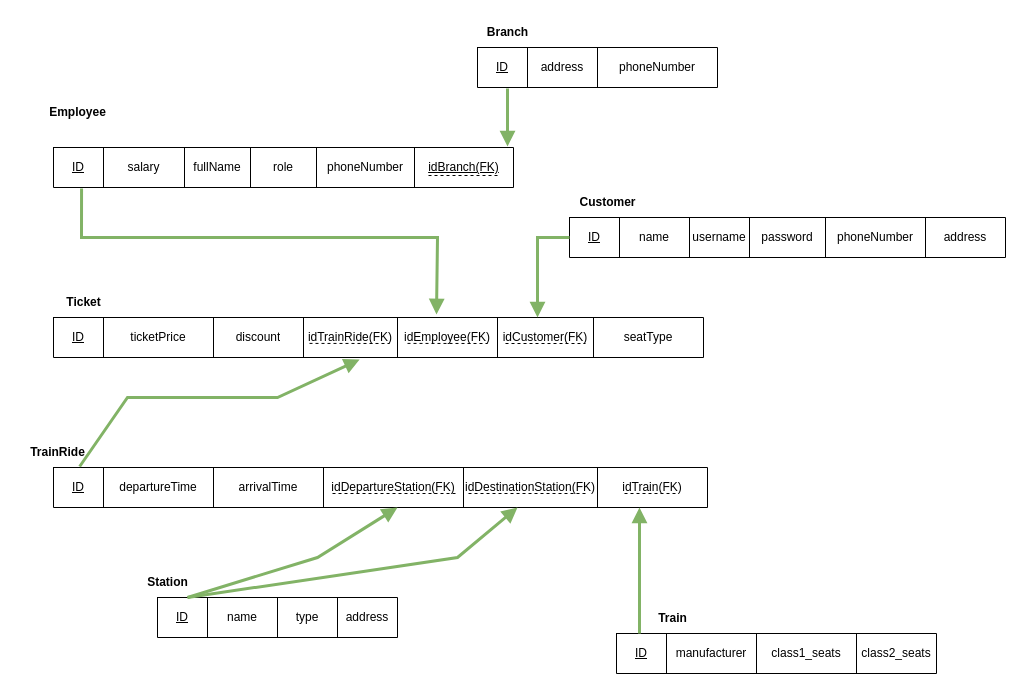
Above: Biểu đồ không có tiêu đề.drawio in Quanhsb/LTW (draw.io), before the change. Source tidied: cells renumbered, new cells numbered last; positions are measured from the earlier drawing's top-left corner, leaving out a move shared by most shapes. Both pictures are drawn from the tidied source at 100%, with x=0, y=0 at pixel (17, 17).
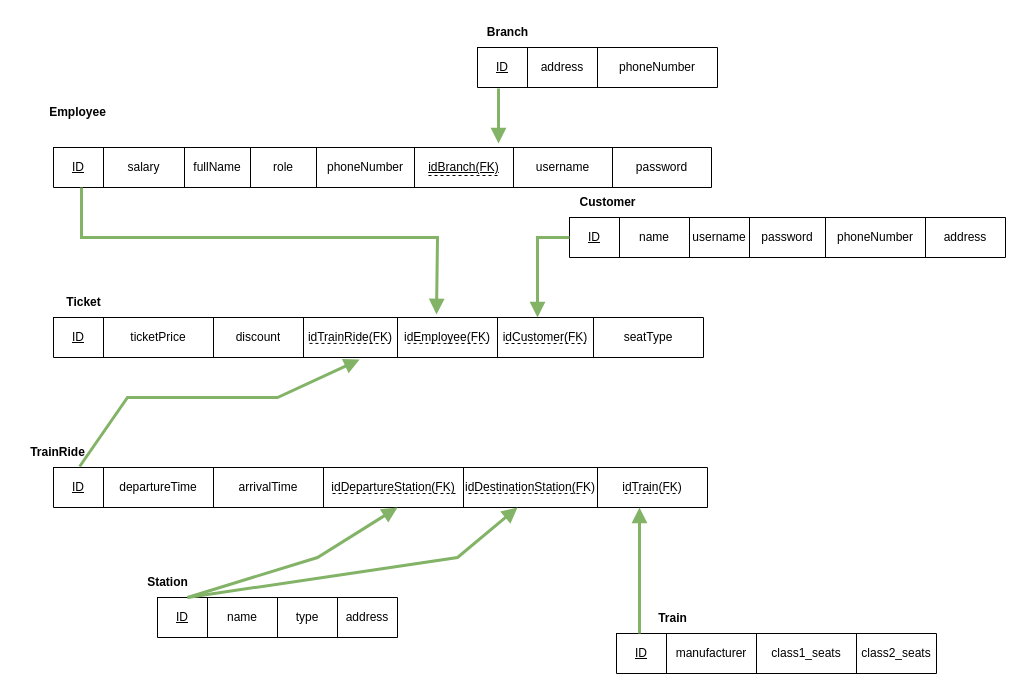
The same page after the edit.

Commit message:
Cập nhật Biểu đồ không có tiêu đề.drawio

Change to the diagram source:
```diff
@@
     <mxCell id="7" style="shape=table;startSize=0;childLayout=tableLayout;" parent="1" vertex="1">
-      <mxGeometry x="36" y="130" width="460" height="40" as="geometry" />
+      <mxGeometry x="36" y="130" width="658" height="40" as="geometry" />
     </mxCell>
     <mxCell id="8" style="shape=tableRow;horizontal=0;startSize=0;swimlaneHead=0;swimlaneBody=0;strokeColor=inherit;top=0;left=0;bottom=0;right=0;fillColor=none;points=[[0,0.5],[1,0.5]];portConstraint=eastwest;" parent="7" vertex="1">
-      <mxGeometry width="460" height="40" as="geometry" />
+      <mxGeometry width="658" height="40" as="geometry" />
     </mxCell>
@@
+    <mxCell id="73" value="username" style="shape=partialRectangle;html=1;whiteSpace=wrap;strokeColor=inherit;overflow=hidden;fillColor=none;top=0;left=0;bottom=0;right=0;" parent="8" vertex="1">
+      <mxGeometry x="460" width="99" height="40" as="geometry" />
+    </mxCell>
+    <mxCell id="74" value="password" style="shape=partialRectangle;html=1;whiteSpace=wrap;strokeColor=inherit;overflow=hidden;fillColor=none;top=0;left=0;bottom=0;right=0;" parent="8" vertex="1">
+      <mxGeometry x="559" width="99" height="40" as="geometry" />
+    </mxCell>
@@
-    <mxCell id="59" style="endArrow=block;html=1;rounded=0;endSize=8;startSize=5;targetPerimeterSpacing=6;strokeWidth=3;endFill=1;fillColor=#d5e8d4;strokeColor=#82b366;exitX=0.121;exitY=1.025;exitDx=0;exitDy=0;exitPerimeter=0;entryX=0.987;entryY=-0.025;entryDx=0;entryDy=0;entryPerimeter=0;" parent="1" edge="1" target="8">
+    <mxCell id="59" style="endArrow=block;html=1;rounded=0;endSize=8;startSize=5;targetPerimeterSpacing=6;strokeWidth=3;endFill=1;fillColor=#d5e8d4;strokeColor=#82b366;exitX=0.121;exitY=1.025;exitDx=0;exitDy=0;exitPerimeter=0;entryX=0.69;entryY=-0.1;entryDx=0;entryDy=0;entryPerimeter=0;" parent="1" edge="1">
       <mxGeometry relative="1" as="geometry">
-        <mxPoint x="490" y="71" as="sourcePoint" />
+        <mxPoint x="481" y="71" as="sourcePoint" />
+        <mxPoint x="481" y="126" as="targetPoint" />
       </mxGeometry>
     </mxCell>
-    <mxCell id="60" style="endArrow=block;html=1;rounded=0;endSize=8;startSize=5;targetPerimeterSpacing=6;strokeWidth=3;endFill=1;fillColor=#d5e8d4;strokeColor=#82b366;exitX=0.061;exitY=1.025;exitDx=0;exitDy=0;exitPerimeter=0;" parent="1" edge="1" source="8">
+    <mxCell id="60" style="endArrow=block;html=1;rounded=0;endSize=8;startSize=5;targetPerimeterSpacing=6;strokeWidth=3;endFill=1;fillColor=#d5e8d4;strokeColor=#82b366;" parent="1" edge="1">
       <mxGeometry relative="1" as="geometry">
+        <mxPoint x="64" y="170" as="sourcePoint" />
         <mxPoint x="419" y="297" as="targetPoint" />
         <Array as="points">
           <mxPoint x="64" y="220" />
           <mxPoint x="420" y="220" />
         </Array>
       </mxGeometry>
     </mxCell>
```
